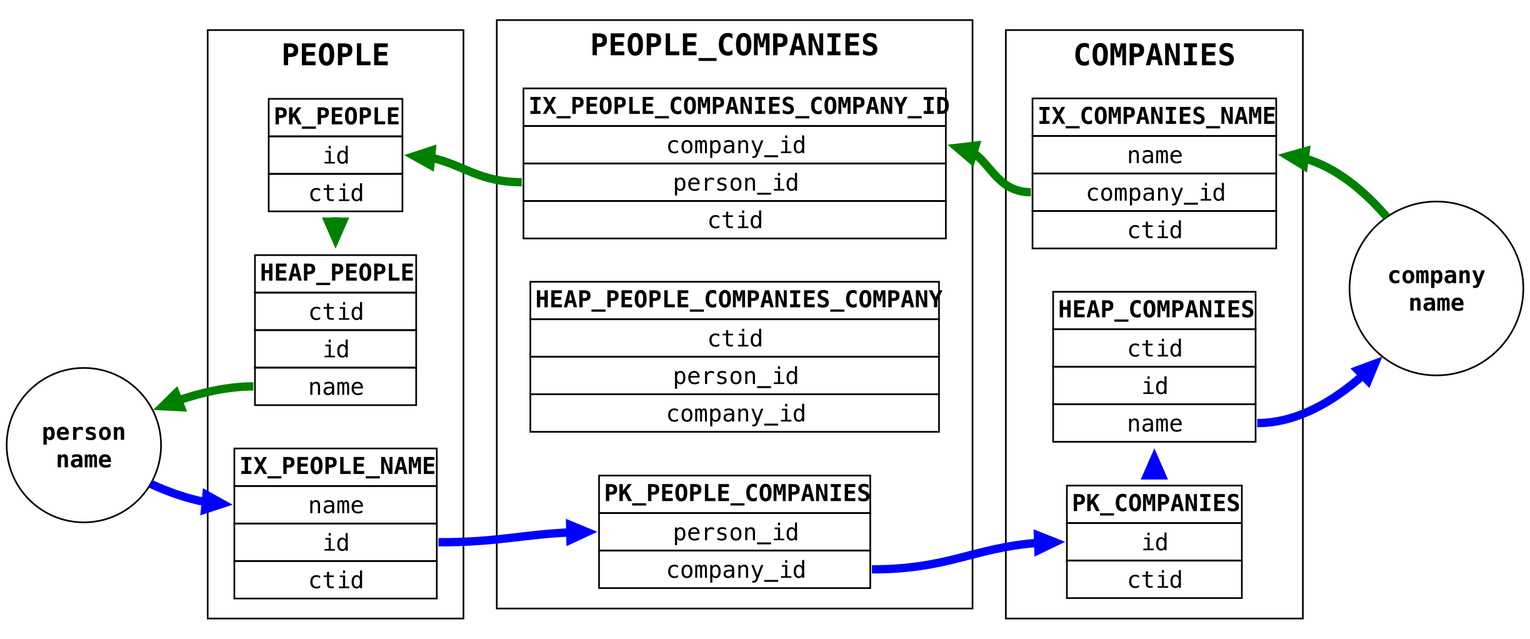
Earlier version of the Graphviz export img/pg_cover.png (dangermike/associative_entity_redux). Its source is kept beside it as img/pg_cover.dot. The source it was exported from:
```dot
digraph {
    rankdir=LR
    node [fontname="courier"]
    graph [fontname="courier-bold" fontsize="18"]
    edge [weight=1000 penwidth="5"]

    {
        node [fontname="courier-bold" shape="circle"]
        start_p [label="person\nname"]
        start_c [label="company\nname"]
    }

    subgraph cluster_pc {
        label="PEOPLE_COMPANIES"
        pk_pc [shape="plaintext" label=<<TABLE BORDER="0" CELLBORDER="1" CELLSPACING="0">
            <TR><TD><B>PK_PEOPLE_COMPANIES</B></TD></TR>
            <TR><TD port="pid">person_id</TD></TR>
            <TR><TD port="cid">company_id</TD></TR>
        </TABLE>>]
        ix_pc [shape="plaintext" label=<<TABLE BORDER="0" CELLBORDER="1" CELLSPACING="0">
            <TR><TD><B>IX_PEOPLE_COMPANIES_COMPANY_ID</B></TD></TR>
            <TR><TD port="cid">company_id</TD></TR>
            <TR><TD port="pid">person_id</TD></TR>
            <TR><TD port="ctid">ctid</TD></TR>
        </TABLE>>]
        heap_pc [shape="plaintext" label=<<TABLE BORDER="0" CELLBORDER="1" CELLSPACING="0">
            <TR><TD port="t"><B>HEAP_PEOPLE_COMPANIES_COMPANY</B></TD></TR>
            <TR><TD port="id">ctid</TD></TR>
            <TR><TD port="pid">person_id</TD></TR>
            <TR><TD port="ctid">company_id</TD></TR>
        </TABLE>>]
        { rank=same; pk_pc -> ix_pc [minlen="5" style="invis"] }
        { rank=same; heap_pc -> ix_pc:r [minlen="1" dir="back" color="green" style="invis"] }
    }

    subgraph cluster_companies {
        label="COMPANIES"
        pk_companies [shape="plaintext" label=<<TABLE  BORDER="0" CELLBORDER="1" CELLSPACING="0">
            <TR><TD><B>PK_COMPANIES</B></TD></TR>
            <TR><TD port="cid">id</TD></TR>
            <TR><TD port="ctid">ctid</TD></TR>
        </TABLE>>]
        ix_companies [shape="plaintext" label=<<TABLE  BORDER="0" CELLBORDER="1" CELLSPACING="0">
            <TR><TD><B>IX_COMPANIES_NAME</B></TD></TR>
            <TR><TD port="name">name</TD></TR>
            <TR><TD port="cid">company_id</TD></TR>
            <TR><TD port="ctid">ctid</TD></TR>
        </TABLE>>]
        heap_companies [shape="plaintext" label=<<TABLE  BORDER="0" CELLBORDER="1" CELLSPACING="0">
            <TR><TD><B>HEAP_COMPANIES</B></TD></TR>
            <TR><TD port="ctid">ctid</TD></TR>
            <TR><TD port="cid">id</TD></TR>
            <TR><TD port="name">name</TD></TR>
        </TABLE>>]

        { rank=same; pk_companies -> ix_companies [minlen="5" style="invis"] }
        { rank=same; pk_companies -> heap_companies [color="blue"] }
    }

    subgraph cluster_people {
        label="PEOPLE"
        pk_people [shape="plaintext" label=<<TABLE  BORDER="0" CELLBORDER="1" CELLSPACING="0">
            <TR><TD><B>PK_PEOPLE</B></TD></TR>
            <TR><TD port="pid">id</TD></TR>
            <TR><TD port="ctid">ctid</TD></TR>
        </TABLE>>]
        ix_people [shape="plaintext" label=<<TABLE  BORDER="0" CELLBORDER="1" CELLSPACING="0">
            <TR><TD><B>IX_PEOPLE_NAME</B></TD></TR>
            <TR><TD port="name">name</TD></TR>
            <TR><TD port="pid">id</TD></TR>
            <TR><TD port="ctid">ctid</TD></TR>
        </TABLE>>]
        heap_people [shape="plaintext" label=<<TABLE  BORDER="0" CELLBORDER="1" CELLSPACING="0">
            <TR><TD><B>HEAP_PEOPLE</B></TD></TR>
            <TR><TD port="ctid">ctid</TD></TR>
            <TR><TD port="pid">id</TD></TR>
            <TR><TD port="name">name</TD></TR>
        </TABLE>>]
        { rank=same; ix_people -> pk_people [minlen=5 style="invis"] }
        { rank=same; ix_people -> heap_people [minlen=1 color="blue" style="invis"] }
        { rank=same; pk_people -> heap_people [minlen=1 color="green" constraint="false"] }
    }

    {
        edge [color="blue"]
        start_p -> ix_people:name
        ix_people:pid -> pk_pc:pid
        pk_pc:cid -> pk_companies:cid
        heap_companies:name -> start_c
    }

    {
        edge [dir="back" color="green"]
        ix_companies:name -> start_c
        ix_pc:cid -> ix_companies:cid
        pk_people:pid -> ix_pc:pid
        start_p -> heap_people:name
    }
}
```
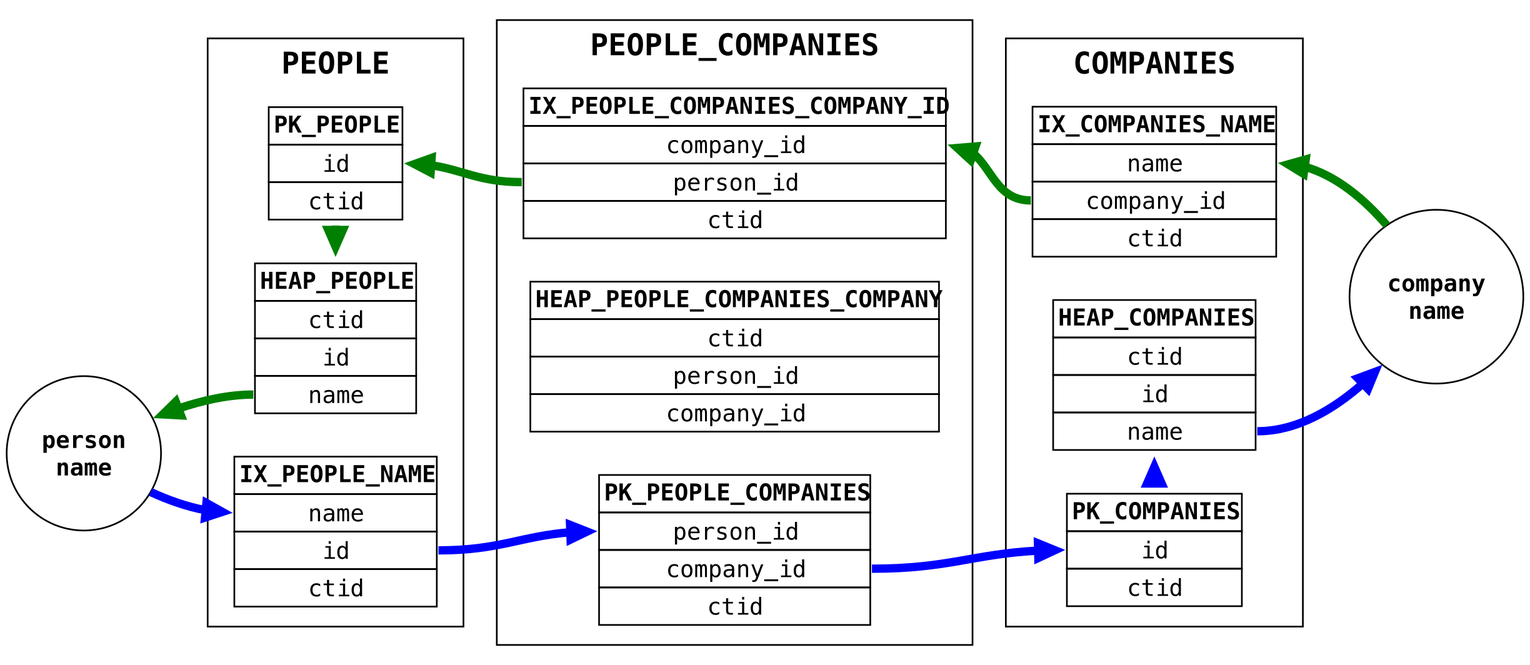
The same diagram one commit later.

Change to the diagram source:
```diff
@@ -16,6 +16,7 @@
             <TR><TD><B>PK_PEOPLE_COMPANIES</B></TD></TR>
             <TR><TD port="pid">person_id</TD></TR>
             <TR><TD port="cid">company_id</TD></TR>
+            <TR><TD port="ctid">ctid</TD></TR>
         </TABLE>>]
         ix_pc [shape="plaintext" label=<<TABLE BORDER="0" CELLBORDER="1" CELLSPACING="0">
             <TR><TD><B>IX_PEOPLE_COMPANIES_COMPANY_ID</B></TD></TR>
@@ -30,7 +31,7 @@
             <TR><TD port="ctid">company_id</TD></TR>
         </TABLE>>]
         { rank=same; pk_pc -> ix_pc [minlen="5" style="invis"] }
-        { rank=same; heap_pc -> ix_pc:r [minlen="1" dir="back" color="green" style="invis"] }
+        { rank=same; heap_pc -> ix_pc [minlen="1" dir="back" color="green" style="invis"] }
     }
 
     subgraph cluster_companies {
```
